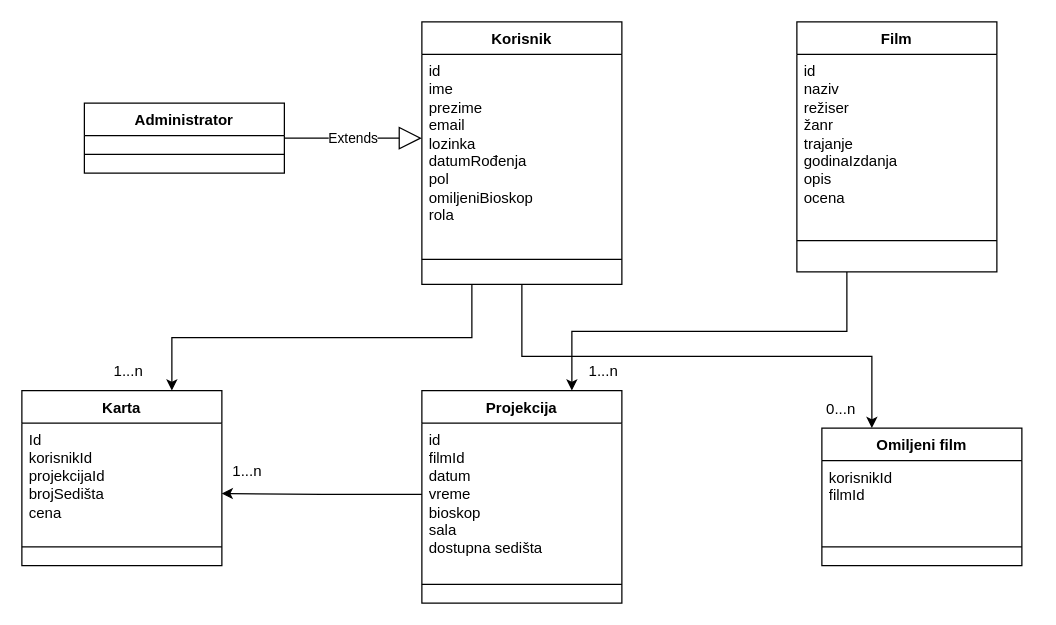
Earlier version of the draw.io diagram Model.drawio (harishasa99/SI2024). Source tidied: cells renumbered, new cells numbered last; positions are measured from the earlier drawing's top-left corner, leaving out a move shared by most shapes. Both pictures are drawn from the tidied source at 125%, with x=0, y=0 at pixel (21, 21).
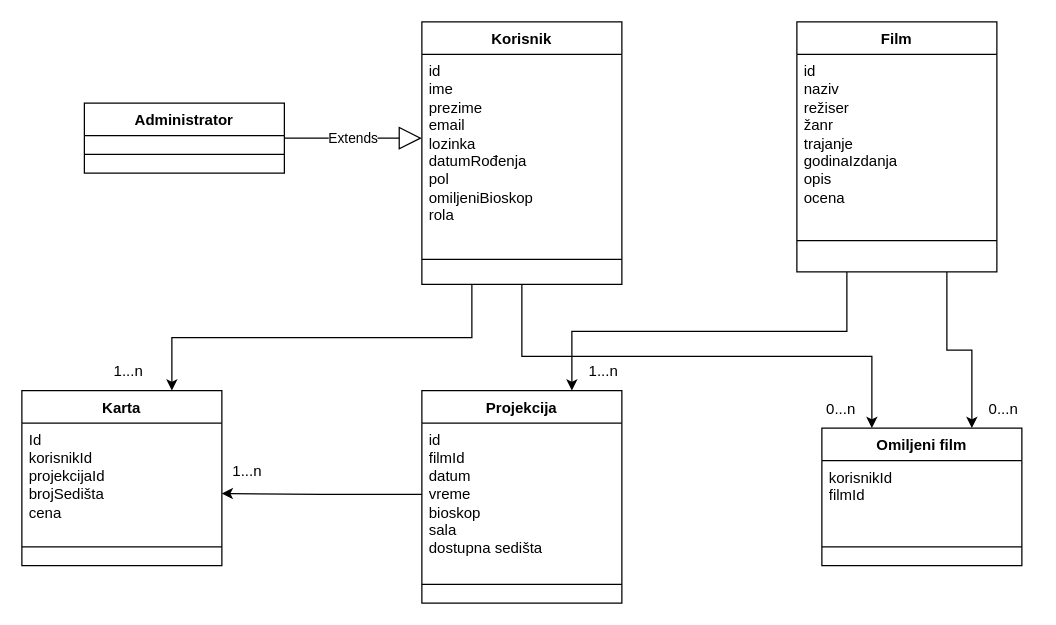
The same diagram, later.

The change refers to these unchanged cells:
```xml
<mxCell id="8" value="Film" style="swimlane;fontStyle=1;align=center;verticalAlign=top;horizontal=1;startSize=26;whiteSpace=wrap;html=1;" parent="1" vertex="1">
  <mxGeometry x="620" width="160" height="200" as="geometry" />
</mxCell>
<mxCell id="17" value="Omiljeni film" style="swimlane;fontStyle=1;align=center;verticalAlign=top;horizontal=1;startSize=26;whiteSpace=wrap;html=1;" parent="1" vertex="1">
  <mxGeometry x="640" y="325" width="160" height="110" as="geometry" />
</mxCell>
```

Change to the diagram source:
```diff
@@
+    <mxCell id="28" style="edgeStyle=orthogonalEdgeStyle;rounded=0;jettySize=auto;html=1;exitX=0.75;exitY=1;exitDx=0;exitDy=0;entryX=0.75;entryY=0;entryDx=0;entryDy=0;" parent="1" edge="1" source="8" target="17">
+      <mxGeometry relative="1" as="geometry" />
+    </mxCell>
@@
+    <mxCell id="29" value="0...n" style="text;html=1;align=center;verticalAlign=middle;strokeColor=none;fillColor=none;" parent="1" vertex="1">
+      <mxGeometry x="760" y="295" width="50" height="30" as="geometry" />
+    </mxCell>
```
